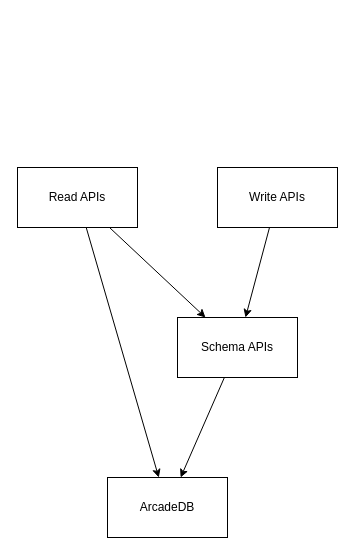
Above: page "API Architecture" (2 of 3) of _gxp/diagrams/GXP-Architecture.drawio in governance-foundation/governance.foundation (draw.io), before the change. Source tidied: cells renumbered, new cells numbered last; positions are measured from the earlier drawing's top-left corner, leaving out a move shared by most shapes. Both pictures are drawn from the tidied source at 100%, with x=0, y=0 at pixel (17, 167).
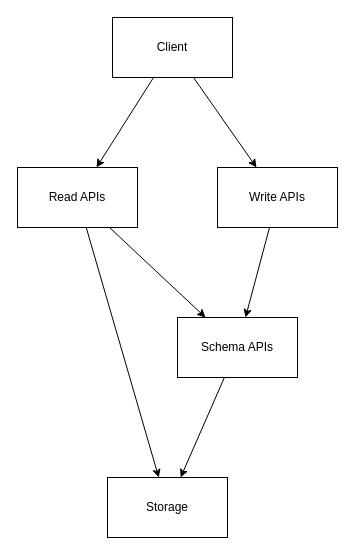
Above is the later version.

Commit message:
add content experience.

Change to the diagram source:
```diff
@@
 <mxGraphModel>
   <root>
     <mxCell id="0" />
     <mxCell id="1" parent="0" />
-    <mxCell id="2" value="ArcadeDB" style="rounded=0;whiteSpace=wrap;html=1;" parent="1" vertex="1">
+    <mxCell id="2" value="Storage" style="rounded=0;whiteSpace=wrap;html=1;" parent="1" vertex="1">
       <mxGeometry x="90" y="310" width="120" height="60" as="geometry" />
     </mxCell>
     <mxCell id="3" style="rounded=0;jettySize=auto;html=1;" parent="1" edge="1" source="5" target="9">
       <mxGeometry relative="1" as="geometry" />
     </mxCell>
     <mxCell id="4" style="edgeStyle=none;rounded=0;jettySize=auto;html=1;" parent="1" edge="1" source="5" target="2">
       <mxGeometry relative="1" as="geometry" />
     </mxCell>
     <mxCell id="5" value="Read APIs" style="rounded=0;whiteSpace=wrap;html=1;" parent="1" vertex="1">
       <mxGeometry width="120" height="60" as="geometry" />
     </mxCell>
     <mxCell id="6" style="rounded=0;jettySize=auto;html=1;" parent="1" edge="1" source="7" target="9">
       <mxGeometry relative="1" as="geometry" />
     </mxCell>
     <mxCell id="7" value="Write APIs" style="rounded=0;whiteSpace=wrap;html=1;" parent="1" vertex="1">
       <mxGeometry x="200" width="120" height="60" as="geometry" />
     </mxCell>
     <mxCell id="8" style="edgeStyle=none;rounded=0;jettySize=auto;html=1;" parent="1" edge="1" source="9" target="2">
       <mxGeometry relative="1" as="geometry" />
     </mxCell>
     <mxCell id="9" value="Schema APIs" style="rounded=0;whiteSpace=wrap;html=1;" parent="1" vertex="1">
       <mxGeometry x="160" y="150" width="120" height="60" as="geometry" />
     </mxCell>
+    <mxCell id="10" style="html=1;" parent="1" edge="1" source="12" target="5">
+      <mxGeometry relative="1" as="geometry" />
+    </mxCell>
+    <mxCell id="11" style="edgeStyle=none;html=1;" parent="1" edge="1" source="12" target="7">
+      <mxGeometry relative="1" as="geometry" />
+    </mxCell>
+    <mxCell id="12" value="Client" style="rounded=0;whiteSpace=wrap;html=1;" parent="1" vertex="1">
+      <mxGeometry x="95" y="-150" width="120" height="60" as="geometry" />
+    </mxCell>
   </root>
 </mxGraphModel>
```
